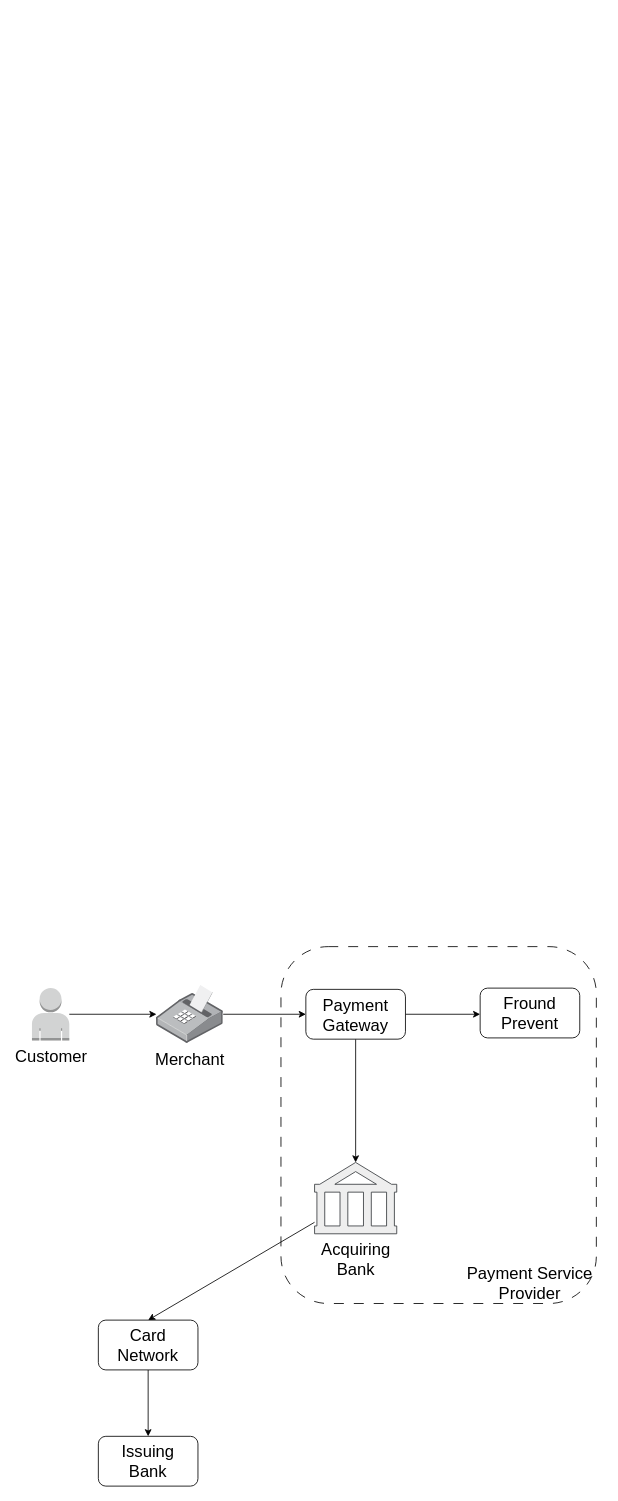
Above: page "Processing" (1 of 3) of flow.drawio in ralvescosta/digital-payments (draw.io), before the change. Source tidied: cells renumbered, new cells numbered last; positions are measured from the earlier drawing's top-left corner, leaving out a move shared by most shapes. Both pictures are drawn from the tidied source at 83%, with x=0, y=0 at pixel (32, 946).
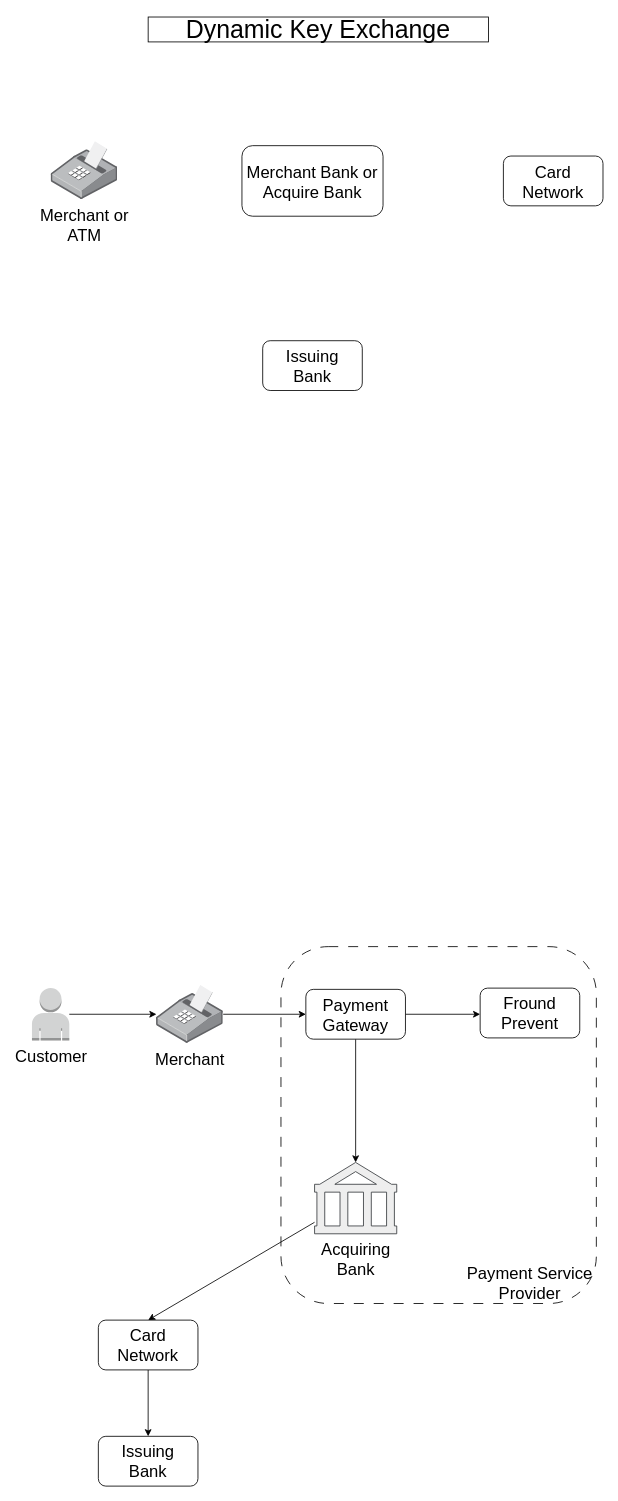
Above is the later version.

Diff of the diagram source:
```diff
@@
+    <mxCell id="17" value="Merchant or&lt;br&gt;ATM" style="html=1;align=center;shadow=0;dashed=0;image;image=img/lib/allied_telesis/computer_and_terminals/POS_Printer.svg;fontSize=20;" parent="1" vertex="1">
+      <mxGeometry x="23" y="-970" width="80.4" height="70" as="geometry" />
+    </mxCell>
+    <mxCell id="18" value="Dynamic Key Exchange" style="text;html=1;strokeColor=default;fillColor=default;align=center;verticalAlign=middle;whiteSpace=wrap;rounded=0;fontSize=30;" parent="1" vertex="1">
+      <mxGeometry x="140" y="-1120" width="410" height="30" as="geometry" />
+    </mxCell>
+    <mxCell id="19" value="Merchant Bank or Acquire Bank" style="rounded=1;whiteSpace=wrap;html=1;fontSize=20;" parent="1" vertex="1">
+      <mxGeometry x="253" y="-965" width="170" height="85" as="geometry" />
+    </mxCell>
+    <mxCell id="20" value="Card Network" style="rounded=1;whiteSpace=wrap;html=1;fontSize=20;" parent="1" vertex="1">
+      <mxGeometry x="568" y="-952.5" width="120" height="60" as="geometry" />
+    </mxCell>
+    <mxCell id="21" value="Issuing &lt;br&gt;Bank" style="rounded=1;whiteSpace=wrap;html=1;fontSize=20;" parent="1" vertex="1">
+      <mxGeometry x="278" y="-730" width="120" height="60" as="geometry" />
+    </mxCell>
```
